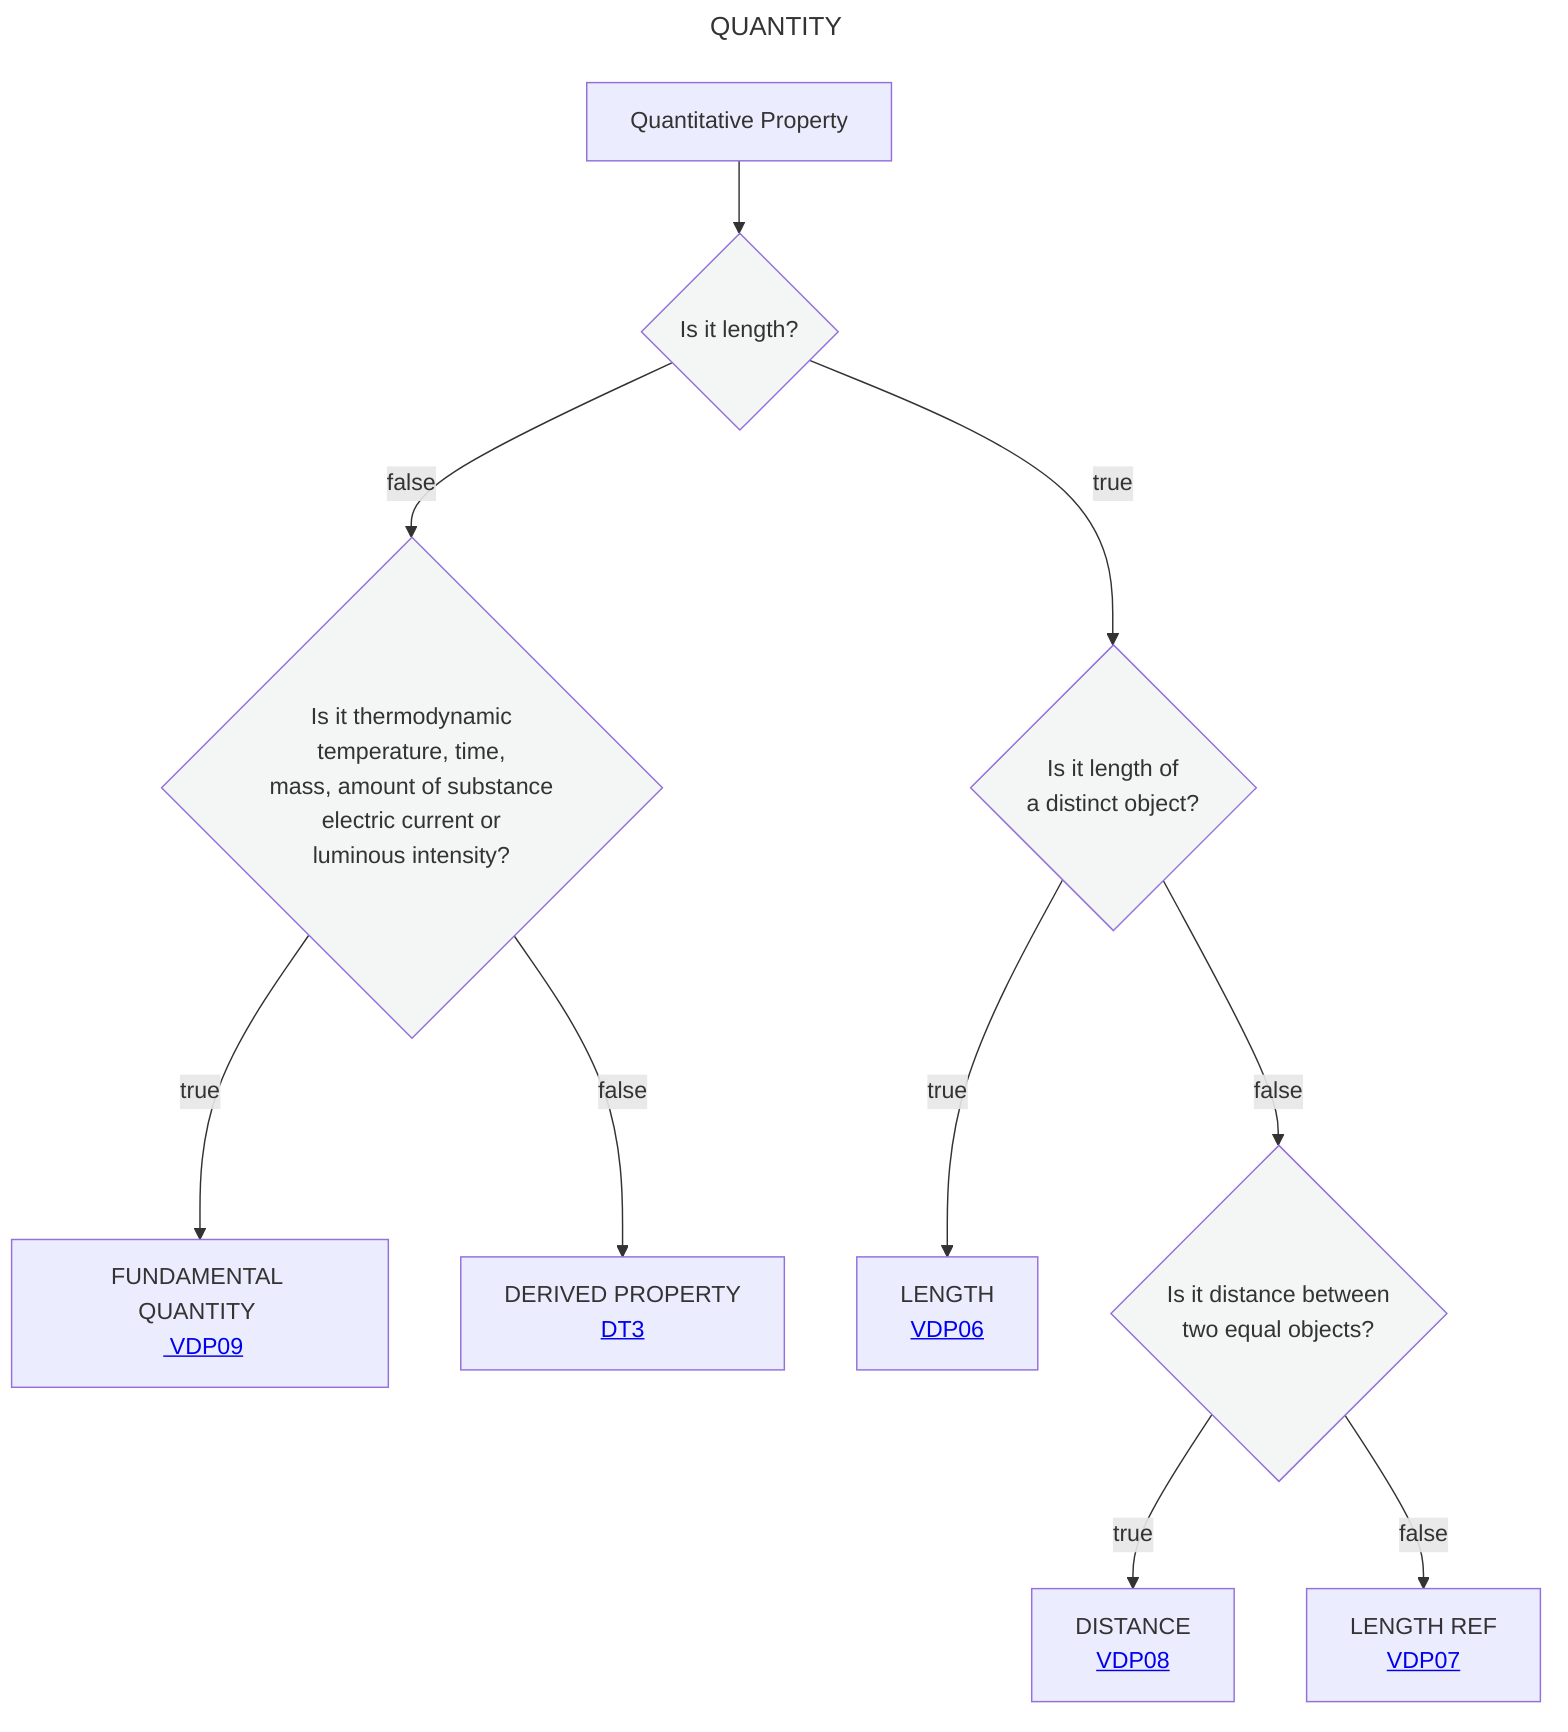
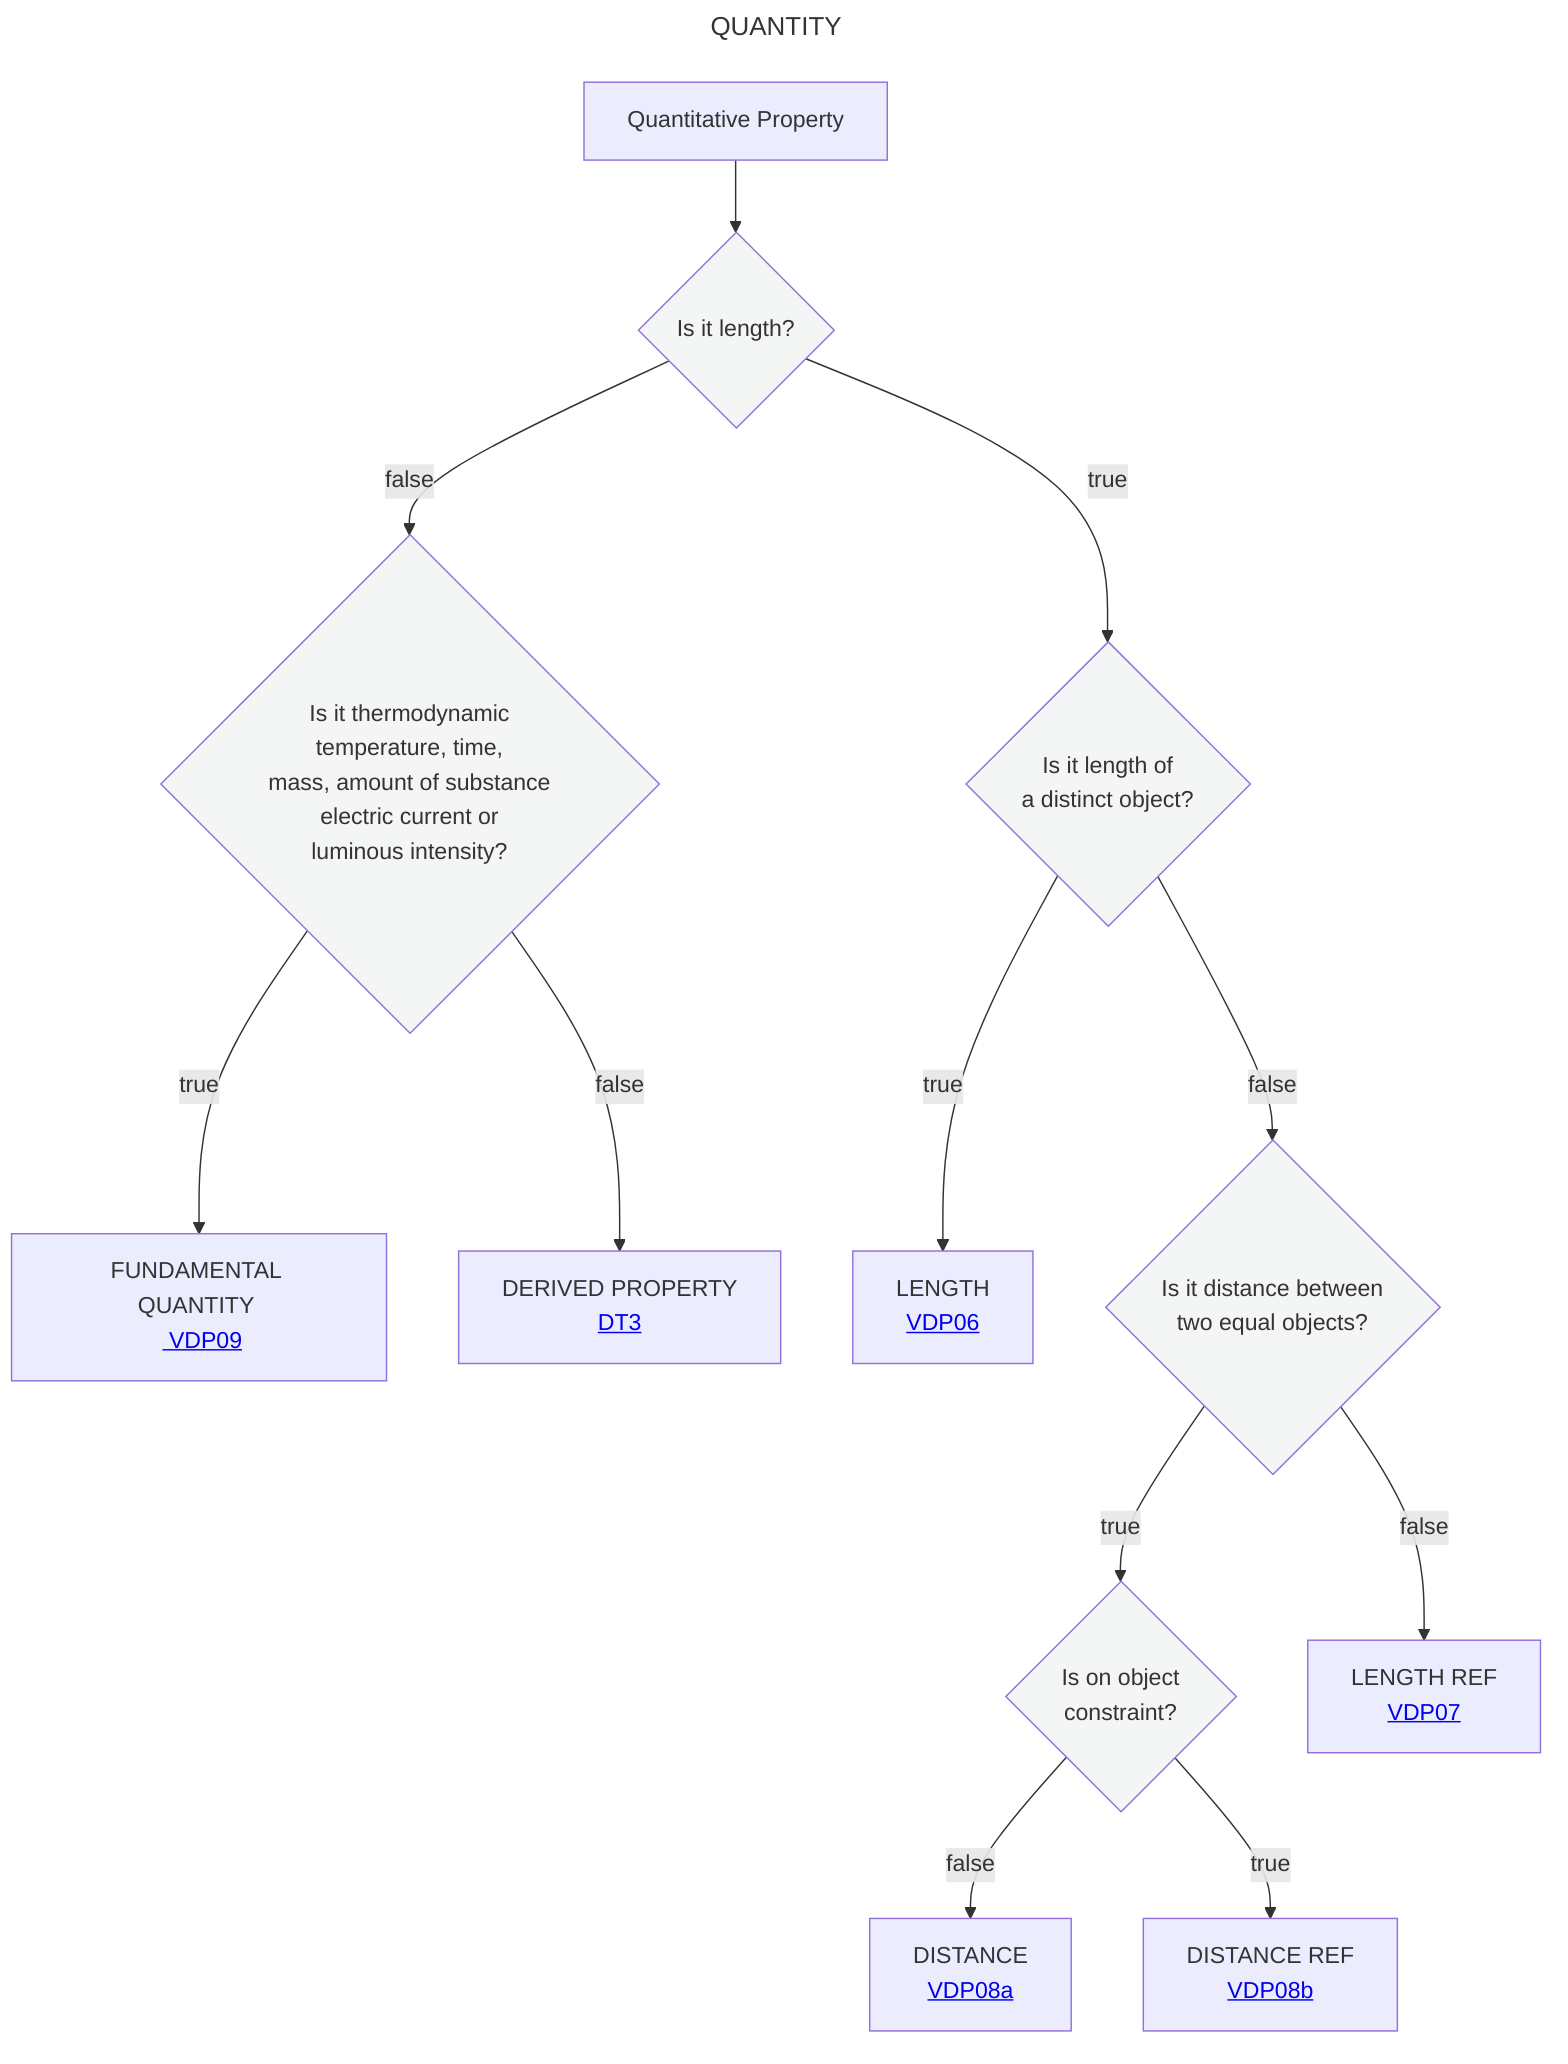
---
title: QUANTITY
---
flowchart TD
    A[Quantitative Property] --> C{Is it length?}:::white
    C --> |true|E{Is it length of <br> a distinct object?}:::white
    C --> |false|F{Is it thermodynamic <br> temperature, time,  <br> mass, amount of substance <br> electric current or <br> luminous intensity?}:::white
    F --> |true|G[FUNDAMENTAL QUANTITY <br> <a href='https://github.com/mabablue/I-ADOPT-patterns-playground/blob/main/pattern/VDP09.yaml'> VDP09</a>]
    F --> |false|M[DERIVED PROPERTY <br> <a href='https://github.com/mabablue/I-ADOPT-patterns-playground/blob/main/Decisition_trees/DT3.mmd'> DT3</a>]
    E --> |true|N[LENGTH <br> <a href='https://github.com/mabablue/I-ADOPT-patterns-playground/blob/main/pattern/VDP06.yaml'> VDP06</a>]
    E --> |false|O{Is it distance between <br> two equal objects?}:::white
-     O --> |true|P[DISTANCE <br> <a href='https://github.com/mabablue/I-ADOPT-patterns-playground/blob/main/pattern/VDP08.yaml'> VDP08</a>]
+     O --> |true|P{Is on object <br> constraint?}:::white
+     P --> |false|R[DISTANCE <br> <a href='https://github.com/mabablue/I-ADOPT-patterns-playground/blob/main/pattern/VDP08a.yaml'> VDP08a</a>]
+     P --> |true|S[DISTANCE REF<br> <a href='https://github.com/mabablue/I-ADOPT-patterns-playground/blob/main/pattern/VDP08b.yaml'> VDP08b</a>]
    O --> |false|Q[LENGTH REF <br> <a href='https://github.com/mabablue/I-ADOPT-patterns-playground/blob/main/pattern/VDP07.yaml'> VDP07</a>]
   classDef blue fill:#90D5FF
   classDef satblue fill:#57B9FF
   classDef white fill:#f3f6f4
   classDef green fill:#6aa84f
